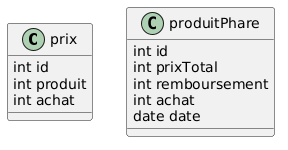
Before: public/diagrammes/nosql/diagramme_nosql.png, a diagram exported from PlantUML (LucasCherbuin/logisticAnts). The source it was exported from:
```plantuml
@startuml
class prix {
  int id
  int produit
  int achat
}


class produitPhare {
   int id
  int prixTotal
  int remboursement
  int achat
  date date
}
@enduml
```
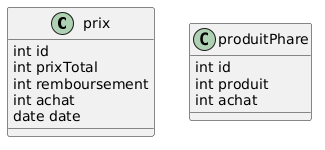
After the commit.

Diff of the diagram source:
```diff
@@ -1,16 +1,16 @@
 @startuml
 class prix {
   int id
-  int produit
-  int achat
-}
-
-
-class produitPhare {
-   int id
   int prixTotal
   int remboursement
   int achat
   date date
 }
+
+
+class produitPhare {
+  int id
+  int produit
+  int achat
+}
 @enduml
```
